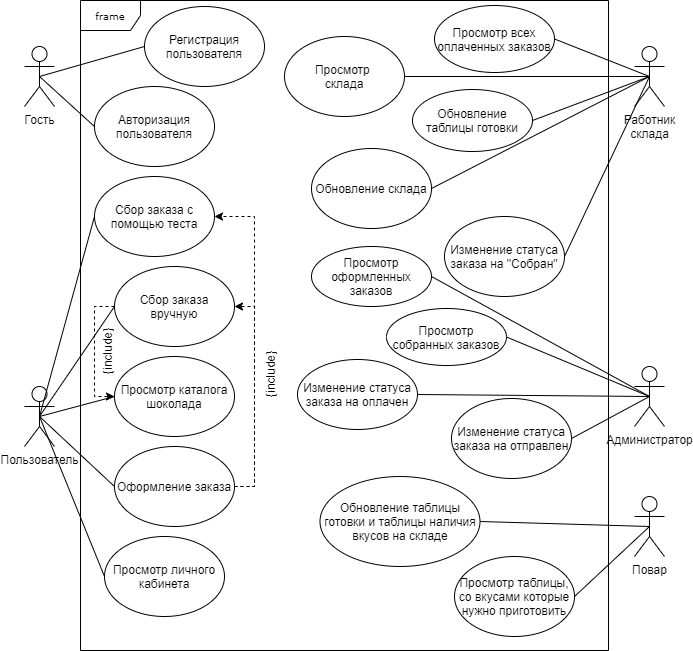
Above: resource-images/Диаграмма прецедентов использования.png in frobbery/chocolate-shop (draw.io), before the change. Source tidied: cells renumbered, new cells last; positions are measured from the earlier drawing's top-left corner, leaving out a move shared by most shapes.
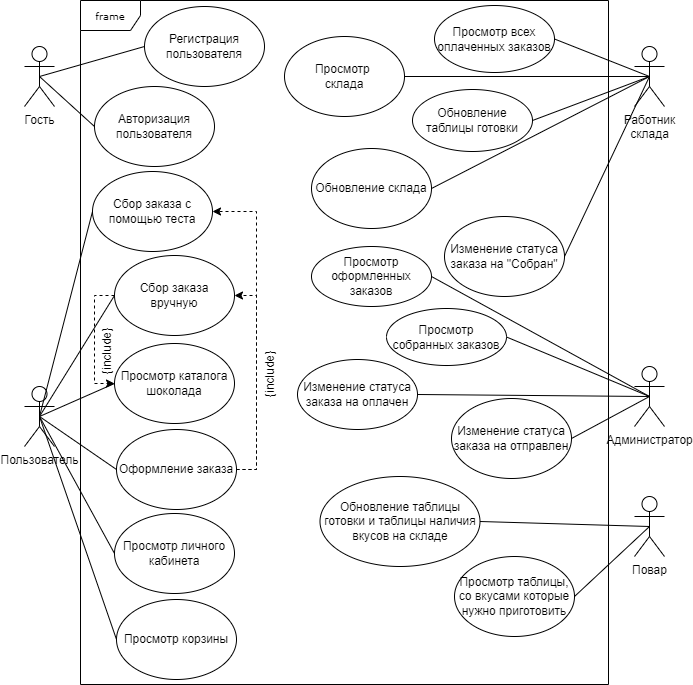
After the change.

The edit, as a diff of the source:
```diff
@@ -3,7 +3,7 @@
     <mxCell id="0" />
     <mxCell id="1" parent="0" />
     <mxCell id="2" value="frame" style="shape=umlFrame;whiteSpace=wrap;html=1;rounded=0;shadow=0;comic=0;labelBackgroundColor=none;strokeWidth=1;fontFamily=Verdana;fontSize=10;align=center;" parent="1" vertex="1">
-      <mxGeometry x="56" width="528" height="650" as="geometry" />
+      <mxGeometry x="56" width="528" height="684" as="geometry" />
     </mxCell>
     <mxCell id="3" value="Гость" style="shape=umlActor;verticalLabelPosition=bottom;verticalAlign=top;html=1;outlineConnect=0;" parent="1" vertex="1">
       <mxGeometry y="46" width="30" height="60" as="geometry" />
@@ -27,16 +27,16 @@
       <mxGeometry x="70" y="86" width="120" height="80" as="geometry" />
     </mxCell>
     <mxCell id="10" value="Сбор заказа с помощью теста" style="ellipse;whiteSpace=wrap;html=1;" parent="1" vertex="1">
-      <mxGeometry x="70" y="176" width="120" height="80" as="geometry" />
+      <mxGeometry x="68" y="171" width="120" height="80" as="geometry" />
     </mxCell>
     <mxCell id="11" value="Просмотр каталога&lt;br&gt;шоколада" style="ellipse;whiteSpace=wrap;html=1;" parent="1" vertex="1">
-      <mxGeometry x="90" y="356" width="120" height="80" as="geometry" />
+      <mxGeometry x="90" y="343" width="120" height="80" as="geometry" />
     </mxCell>
     <mxCell id="12" style="edgeStyle=orthogonalEdgeStyle;rounded=0;jettySize=auto;html=1;exitX=0;exitY=0.5;exitDx=0;exitDy=0;entryX=0;entryY=0.5;entryDx=0;entryDy=0;dashed=1;" parent="1" edge="1" source="13" target="11">
       <mxGeometry relative="1" as="geometry" />
     </mxCell>
     <mxCell id="13" value="Сбор заказа вручную" style="ellipse;whiteSpace=wrap;html=1;" parent="1" vertex="1">
-      <mxGeometry x="90" y="266" width="120" height="80" as="geometry" />
+      <mxGeometry x="90" y="255" width="120" height="80" as="geometry" />
     </mxCell>
     <mxCell id="14" style="edgeStyle=orthogonalEdgeStyle;rounded=0;jettySize=auto;html=1;exitX=1;exitY=0.5;exitDx=0;exitDy=0;entryX=1;entryY=0.5;entryDx=0;entryDy=0;dashed=1;" parent="1" edge="1" source="16" target="13">
       <mxGeometry relative="1" as="geometry" />
@@ -45,10 +45,10 @@
       <mxGeometry relative="1" as="geometry" />
     </mxCell>
     <mxCell id="16" value="Оформление заказа" style="ellipse;whiteSpace=wrap;html=1;" parent="1" vertex="1">
-      <mxGeometry x="90" y="446" width="120" height="80" as="geometry" />
+      <mxGeometry x="92" y="429" width="120" height="80" as="geometry" />
     </mxCell>
     <mxCell id="17" value="Просмотр личного кабинета" style="ellipse;whiteSpace=wrap;html=1;" parent="1" vertex="1">
-      <mxGeometry x="80" y="536" width="120" height="80" as="geometry" />
+      <mxGeometry x="90" y="513" width="120" height="80" as="geometry" />
     </mxCell>
     <mxCell id="18" value="Просмотр таблицы,&lt;br&gt;со вкусами которые нужно приготовить" style="ellipse;whiteSpace=wrap;html=1;" parent="1" vertex="1">
       <mxGeometry x="430" y="556" width="120" height="80" as="geometry" />
@@ -143,5 +143,11 @@
     <mxCell id="48" style="endArrow=none;html=1;rounded=0;entryX=1;entryY=0.5;entryDx=0;entryDy=0;exitX=0.5;exitY=0.5;exitDx=0;exitDy=0;exitPerimeter=0;" parent="1" edge="1" source="7" target="47">
       <mxGeometry relative="1" as="geometry" />
     </mxCell>
+    <mxCell id="49" value="Просмотр корзины" style="ellipse;whiteSpace=wrap;html=1;" parent="1" vertex="1">
+      <mxGeometry x="92" y="599" width="120" height="80" as="geometry" />
+    </mxCell>
+    <mxCell id="50" style="endArrow=none;html=1;rounded=0;exitX=0.5;exitY=0.5;exitDx=0;exitDy=0;exitPerimeter=0;entryX=0;entryY=0.5;entryDx=0;entryDy=0;" parent="1" edge="1" source="4" target="49">
+      <mxGeometry relative="1" as="geometry" />
+    </mxCell>
   </root>
 </mxGraphModel>
```
